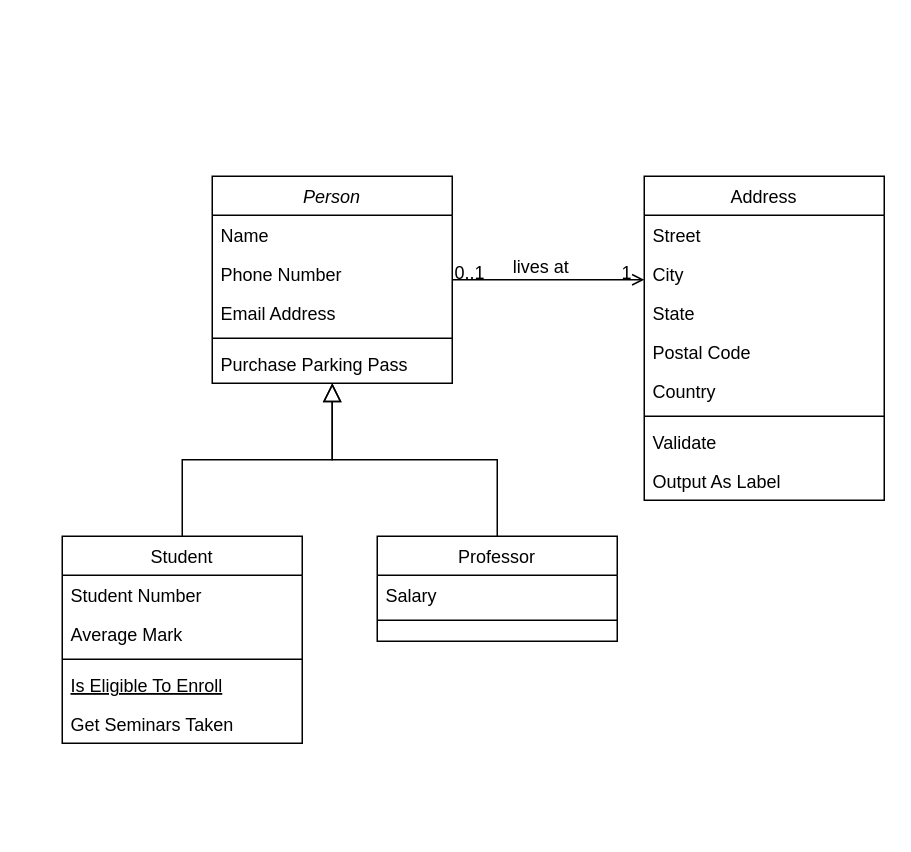
The draw.io diagram Untitled Diagram.drawio in MarioAcuna1254/proyectoGIT, before the edit. Source tidied: cells renumbered, new cells numbered last; positions are measured from the earlier drawing's top-left corner, leaving out a move shared by most shapes. Both pictures are drawn from the tidied source at 150%, with x=0, y=0 at pixel (62, 176).
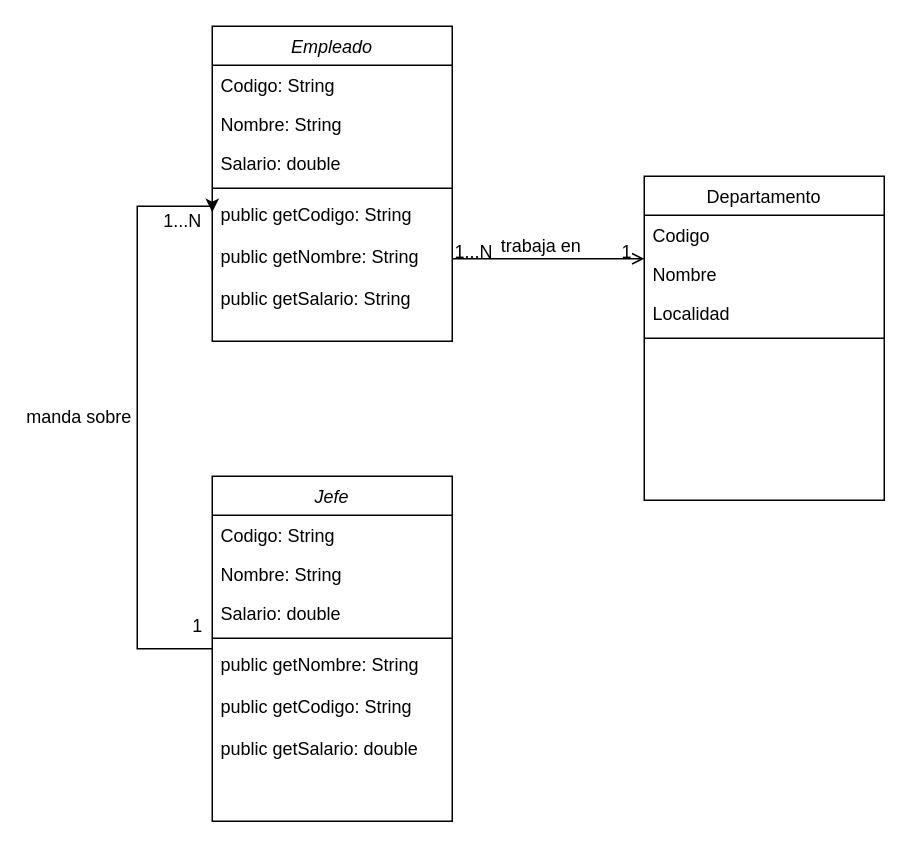
The same page after the edit.

The change refers to these unchanged cells:
```xml
<mxCell id="28" style="endArrow=open;shadow=0;strokeWidth=1;rounded=0;endFill=1;edgeStyle=elbowEdgeStyle;elbow=vertical;" parent="1" edge="1" source="2" target="19">
  <mxGeometry x="0.5" y="41" relative="1" as="geometry">
    <mxPoint x="-40" y="32" as="offset" />
  </mxGeometry>
</mxCell>
```

Diff of the diagram source:
```diff
@@
-    <mxCell id="2" value="Person" style="swimlane;fontStyle=2;align=center;verticalAlign=top;horizontal=1;startSize=26;rounded=0;shadow=0;strokeWidth=1;" parent="1" vertex="1">
-      <mxGeometry x="100" width="160" height="138" as="geometry" />
+    <mxCell id="2" value="Empleado" style="swimlane;fontStyle=2;align=center;verticalAlign=top;horizontal=1;startSize=26;rounded=0;shadow=0;strokeWidth=1;" parent="1" vertex="1">
+      <mxGeometry x="100" y="-100" width="160" height="210" as="geometry" />
     </mxCell>
-    <mxCell id="3" value="Name" style="text;align=left;verticalAlign=top;spacingLeft=4;spacingRight=4;overflow=hidden;" parent="2" vertex="1">
+    <mxCell id="3" value="Codigo: String" style="text;align=left;verticalAlign=top;spacingLeft=4;spacingRight=4;overflow=hidden;" parent="2" vertex="1">
       <mxGeometry y="26" width="160" height="26" as="geometry" />
     </mxCell>
-    <mxCell id="4" value="Phone Number" style="text;align=left;verticalAlign=top;spacingLeft=4;spacingRight=4;overflow=hidden;rounded=0;shadow=0;html=0;" parent="2" vertex="1">
+    <mxCell id="4" value="Nombre: String" style="text;align=left;verticalAlign=top;spacingLeft=4;spacingRight=4;overflow=hidden;rounded=0;shadow=0;html=0;" parent="2" vertex="1">
       <mxGeometry y="52" width="160" height="26" as="geometry" />
     </mxCell>
-    <mxCell id="5" value="Email Address" style="text;align=left;verticalAlign=top;spacingLeft=4;spacingRight=4;overflow=hidden;rounded=0;shadow=0;html=0;" parent="2" vertex="1">
+    <mxCell id="5" value="Salario: double" style="text;align=left;verticalAlign=top;spacingLeft=4;spacingRight=4;overflow=hidden;rounded=0;shadow=0;html=0;" parent="2" vertex="1">
       <mxGeometry y="78" width="160" height="26" as="geometry" />
     </mxCell>
@@
-    <mxCell id="7" value="Purchase Parking Pass" style="text;align=left;verticalAlign=top;spacingLeft=4;spacingRight=4;overflow=hidden;points=[[0,0.5],[1,0.5]];portConstraint=eastwest;" parent="2" vertex="1">
-      <mxGeometry y="112" width="160" height="26" as="geometry" />
+    <mxCell id="7" value="public getCodigo: String&#10;&#10;public getNombre: String&#10;&#10;public getSalario: String&#10;" style="text;align=left;verticalAlign=top;spacingLeft=4;spacingRight=4;overflow=hidden;points=[[0,0.5],[1,0.5]];portConstraint=eastwest;" parent="2" vertex="1">
+      <mxGeometry y="112" width="160" height="98" as="geometry" />
     </mxCell>
-    <mxCell id="8" value="Student" style="swimlane;fontStyle=0;align=center;verticalAlign=top;horizontal=1;startSize=26;rounded=0;shadow=0;strokeWidth=1;" parent="1" vertex="1">
-      <mxGeometry y="240" width="160" height="138" as="geometry" />
-    </mxCell>
-    <mxCell id="9" value="Student Number" style="text;align=left;verticalAlign=top;spacingLeft=4;spacingRight=4;overflow=hidden;" parent="8" vertex="1">
-      <mxGeometry y="26" width="160" height="26" as="geometry" />
-    </mxCell>
-    <mxCell id="10" value="Average Mark" style="text;align=left;verticalAlign=top;spacingLeft=4;spacingRight=4;overflow=hidden;rounded=0;shadow=0;html=0;" parent="8" vertex="1">
-      <mxGeometry y="52" width="160" height="26" as="geometry" />
-    </mxCell>
-    <mxCell id="11" style="line;html=1;strokeWidth=1;align=left;verticalAlign=middle;spacingTop=-1;spacingLeft=3;spacingRight=3;labelPosition=right;" parent="8" vertex="1">
-      <mxGeometry y="78" width="160" height="8" as="geometry" />
-    </mxCell>
-    <mxCell id="12" value="Is Eligible To Enroll" style="text;align=left;verticalAlign=top;spacingLeft=4;spacingRight=4;overflow=hidden;fontStyle=4;" parent="8" vertex="1">
-      <mxGeometry y="86" width="160" height="26" as="geometry" />
-    </mxCell>
-    <mxCell id="13" value="Get Seminars Taken" style="text;align=left;verticalAlign=top;spacingLeft=4;spacingRight=4;overflow=hidden;" parent="8" vertex="1">
-      <mxGeometry y="112" width="160" height="26" as="geometry" />
-    </mxCell>
-    <mxCell id="14" style="endArrow=block;endSize=10;endFill=0;shadow=0;strokeWidth=1;rounded=0;edgeStyle=elbowEdgeStyle;elbow=vertical;" parent="1" edge="1" source="8" target="2">
-      <mxGeometry relative="1" as="geometry" />
-    </mxCell>
-    <mxCell id="15" value="Professor" style="swimlane;fontStyle=0;align=center;verticalAlign=top;horizontal=1;startSize=26;rounded=0;shadow=0;strokeWidth=1;" parent="1" vertex="1">
-      <mxGeometry x="210" y="240" width="160" height="70" as="geometry" />
-    </mxCell>
-    <mxCell id="16" value="Salary" style="text;align=left;verticalAlign=top;spacingLeft=4;spacingRight=4;overflow=hidden;" parent="15" vertex="1">
-      <mxGeometry y="26" width="160" height="26" as="geometry" />
-    </mxCell>
-    <mxCell id="17" style="line;html=1;strokeWidth=1;align=left;verticalAlign=middle;spacingTop=-1;spacingLeft=3;spacingRight=3;labelPosition=right;" parent="15" vertex="1">
-      <mxGeometry y="52" width="160" height="8" as="geometry" />
-    </mxCell>
-    <mxCell id="18" style="endArrow=block;endSize=10;endFill=0;shadow=0;strokeWidth=1;rounded=0;edgeStyle=elbowEdgeStyle;elbow=vertical;" parent="1" edge="1" source="15" target="2">
-      <mxGeometry relative="1" as="geometry" />
-    </mxCell>
-    <mxCell id="19" value="Address" style="swimlane;fontStyle=0;align=center;verticalAlign=top;horizontal=1;startSize=26;rounded=0;shadow=0;strokeWidth=1;" parent="1" vertex="1">
+    <mxCell id="19" value="Departamento" style="swimlane;fontStyle=0;align=center;verticalAlign=top;horizontal=1;startSize=26;rounded=0;shadow=0;strokeWidth=1;" parent="1" vertex="1">
       <mxGeometry x="388" width="160" height="216" as="geometry" />
     </mxCell>
-    <mxCell id="20" value="Street" style="text;align=left;verticalAlign=top;spacingLeft=4;spacingRight=4;overflow=hidden;" parent="19" vertex="1">
+    <mxCell id="20" value="Codigo" style="text;align=left;verticalAlign=top;spacingLeft=4;spacingRight=4;overflow=hidden;" parent="19" vertex="1">
       <mxGeometry y="26" width="160" height="26" as="geometry" />
     </mxCell>
-    <mxCell id="21" value="City" style="text;align=left;verticalAlign=top;spacingLeft=4;spacingRight=4;overflow=hidden;rounded=0;shadow=0;html=0;" parent="19" vertex="1">
+    <mxCell id="21" value="Nombre" style="text;align=left;verticalAlign=top;spacingLeft=4;spacingRight=4;overflow=hidden;rounded=0;shadow=0;html=0;" parent="19" vertex="1">
       <mxGeometry y="52" width="160" height="26" as="geometry" />
     </mxCell>
-    <mxCell id="22" value="State" style="text;align=left;verticalAlign=top;spacingLeft=4;spacingRight=4;overflow=hidden;rounded=0;shadow=0;html=0;" parent="19" vertex="1">
+    <mxCell id="22" value="Localidad" style="text;align=left;verticalAlign=top;spacingLeft=4;spacingRight=4;overflow=hidden;rounded=0;shadow=0;html=0;" parent="19" vertex="1">
       <mxGeometry y="78" width="160" height="26" as="geometry" />
     </mxCell>
-    <mxCell id="23" value="Postal Code" style="text;align=left;verticalAlign=top;spacingLeft=4;spacingRight=4;overflow=hidden;rounded=0;shadow=0;html=0;" parent="19" vertex="1">
-      <mxGeometry y="104" width="160" height="26" as="geometry" />
-    </mxCell>
-    <mxCell id="24" value="Country" style="text;align=left;verticalAlign=top;spacingLeft=4;spacingRight=4;overflow=hidden;rounded=0;shadow=0;html=0;" parent="19" vertex="1">
-      <mxGeometry y="130" width="160" height="26" as="geometry" />
-    </mxCell>
     <mxCell id="25" style="line;html=1;strokeWidth=1;align=left;verticalAlign=middle;spacingTop=-1;spacingLeft=3;spacingRight=3;labelPosition=right;" parent="19" vertex="1">
-      <mxGeometry y="156" width="160" height="8" as="geometry" />
+      <mxGeometry y="104" width="160" height="8" as="geometry" />
     </mxCell>
-    <mxCell id="26" value="Validate" style="text;align=left;verticalAlign=top;spacingLeft=4;spacingRight=4;overflow=hidden;" parent="19" vertex="1">
-      <mxGeometry y="164" width="160" height="26" as="geometry" />
-    </mxCell>
-    <mxCell id="27" value="Output As Label" style="text;align=left;verticalAlign=top;spacingLeft=4;spacingRight=4;overflow=hidden;" parent="19" vertex="1">
-      <mxGeometry y="190" width="160" height="26" as="geometry" />
-    </mxCell>
@@
-    <mxCell id="29" value="0..1" style="align=left;verticalAlign=bottom;labelBackgroundColor=none;fontSize=12;" parent="28" vertex="1">
+    <mxCell id="29" value="1...N" style="align=left;verticalAlign=bottom;labelBackgroundColor=none;fontSize=12;" parent="28" vertex="1">
       <mxGeometry x="-1" relative="1" as="geometry">
         <mxPoint y="4" as="offset" />
       </mxGeometry>
     </mxCell>
@@
-    <mxCell id="31" value="lives at" style="text;html=1;align=center;verticalAlign=middle;labelBackgroundColor=none;rounded=0;shadow=0;strokeWidth=1;fontSize=12;" parent="28" vertex="1">
+    <mxCell id="31" value="trabaja en" style="text;html=1;align=center;verticalAlign=middle;labelBackgroundColor=none;rounded=0;shadow=0;strokeWidth=1;fontSize=12;" parent="28" vertex="1">
       <mxGeometry x="0.5" y="49" relative="1" as="geometry">
         <mxPoint x="-38" y="40" as="offset" />
       </mxGeometry>
     </mxCell>
+    <mxCell id="32" style="edgeStyle=orthogonalEdgeStyle;rounded=0;jettySize=auto;html=1;entryX=0;entryY=0.122;entryDx=0;entryDy=0;entryPerimeter=0;" parent="1" edge="1" source="33" target="7">
+      <mxGeometry relative="1" as="geometry">
+        <Array as="points">
+          <mxPoint x="50" y="315" />
+          <mxPoint x="50" y="20" />
+          <mxPoint x="100" y="20" />
+        </Array>
+      </mxGeometry>
+    </mxCell>
+    <mxCell id="33" value="Jefe" style="swimlane;fontStyle=2;align=center;verticalAlign=top;horizontal=1;startSize=26;rounded=0;shadow=0;strokeWidth=1;" parent="1" vertex="1">
+      <mxGeometry x="100" y="200" width="160" height="230" as="geometry" />
+    </mxCell>
+    <mxCell id="34" value="Codigo: String" style="text;align=left;verticalAlign=top;spacingLeft=4;spacingRight=4;overflow=hidden;" parent="33" vertex="1">
+      <mxGeometry y="26" width="160" height="26" as="geometry" />
+    </mxCell>
+    <mxCell id="35" value="Nombre: String" style="text;align=left;verticalAlign=top;spacingLeft=4;spacingRight=4;overflow=hidden;rounded=0;shadow=0;html=0;" parent="33" vertex="1">
+      <mxGeometry y="52" width="160" height="26" as="geometry" />
+    </mxCell>
+    <mxCell id="36" value="Salario: double" style="text;align=left;verticalAlign=top;spacingLeft=4;spacingRight=4;overflow=hidden;rounded=0;shadow=0;html=0;" parent="33" vertex="1">
+      <mxGeometry y="78" width="160" height="26" as="geometry" />
+    </mxCell>
+    <mxCell id="37" style="line;html=1;strokeWidth=1;align=left;verticalAlign=middle;spacingTop=-1;spacingLeft=3;spacingRight=3;labelPosition=right;" parent="33" vertex="1">
+      <mxGeometry y="104" width="160" height="8" as="geometry" />
+    </mxCell>
+    <mxCell id="38" value="public getNombre: String&#10;&#10;public getCodigo: String&#10;&#10;public getSalario: double&#10;&#10;" style="text;align=left;verticalAlign=top;spacingLeft=4;spacingRight=4;overflow=hidden;" parent="33" vertex="1">
+      <mxGeometry y="112" width="160" height="118" as="geometry" />
+    </mxCell>
+    <mxCell id="39" value="manda sobre" style="text;html=1;align=center;verticalAlign=middle;labelBackgroundColor=none;rounded=0;shadow=0;strokeWidth=1;fontSize=12;" parent="1" vertex="1">
+      <mxGeometry x="10" y="160" as="geometry" />
+    </mxCell>
+    <mxCell id="40" value="1" style="text;html=1;align=center;verticalAlign=middle;fillColor=none;strokeColor=none;rounded=0;" parent="1" vertex="1">
+      <mxGeometry x="80" y="290" width="20" height="20" as="geometry" />
+    </mxCell>
+    <mxCell id="41" value="1...N" style="text;html=1;align=center;verticalAlign=middle;fillColor=none;strokeColor=none;rounded=0;" parent="1" vertex="1">
+      <mxGeometry x="60" y="20" width="40" height="20" as="geometry" />
+    </mxCell>
```
